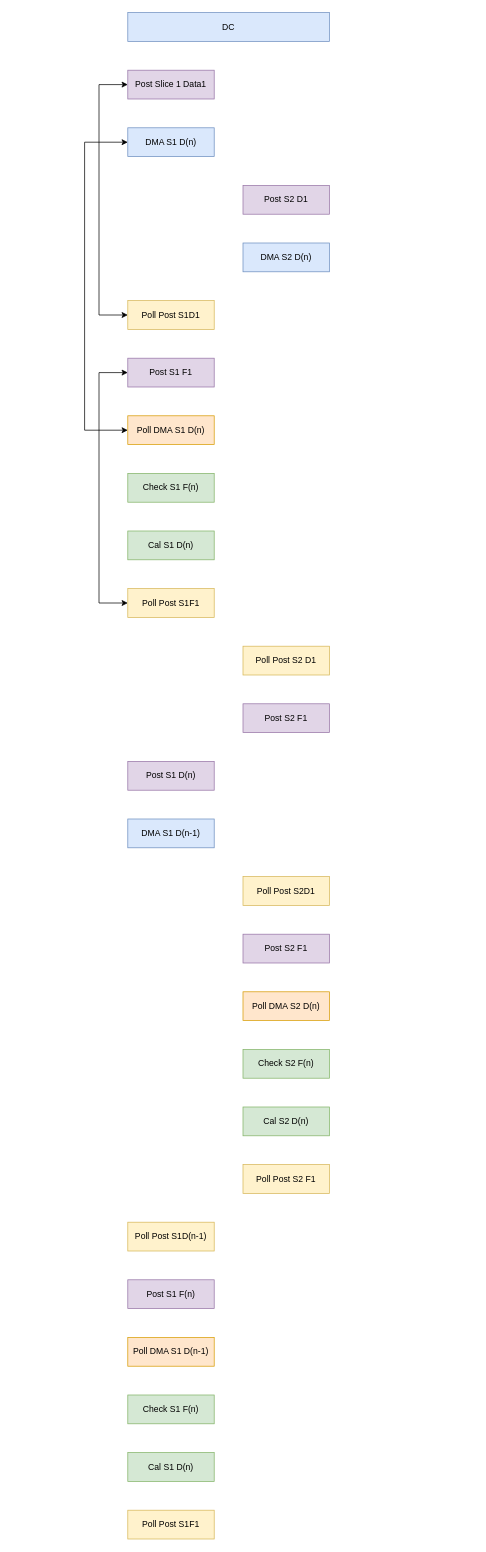
The draw.io diagram TC2LINK/DC_LINK_WorkFlow.drawio in BEYHHH/SBLP, before the edit. Source tidied: cells renumbered, new cells numbered last; positions are measured from the earlier drawing's top-left corner, leaving out a move shared by most shapes. Both pictures are drawn from the tidied source at 72%, with x=0, y=0 at pixel (84, 12).
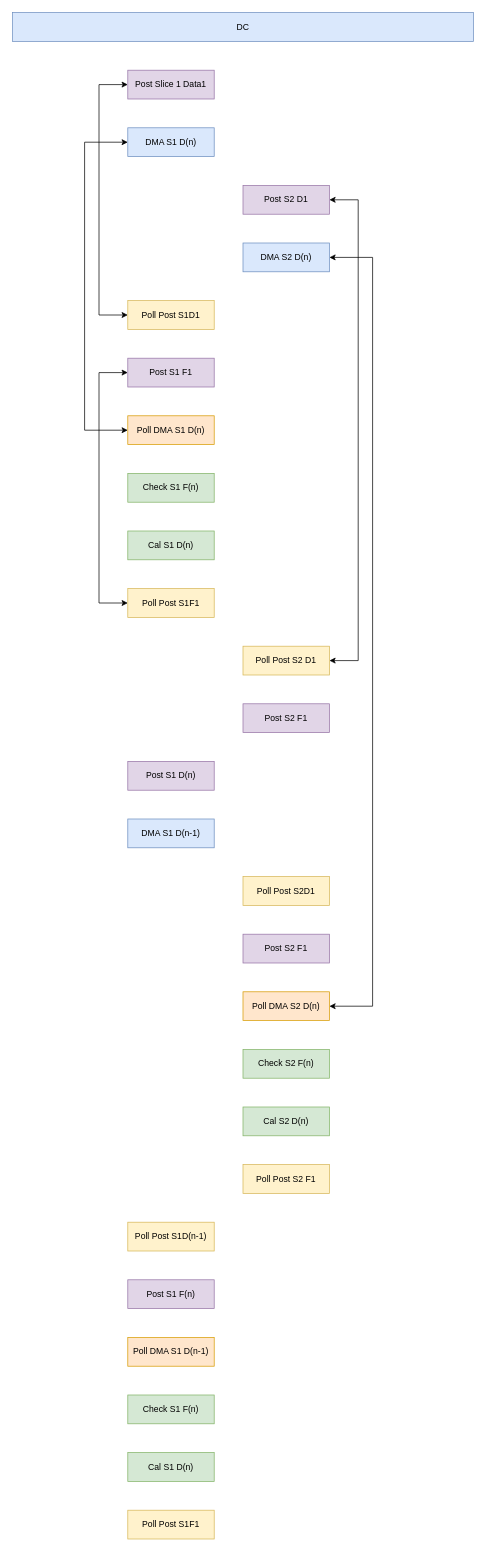
Above is the later version.

The change refers to these unchanged cells:
```xml
<mxCell id="6" value="Post S2 D1" style="rounded=0;whiteSpace=wrap;html=1;fillColor=#e1d5e7;strokeColor=#9673a6;" parent="1" vertex="1">
  <mxGeometry x="220" y="240" width="120" height="40" as="geometry" />
</mxCell>
<mxCell id="15" value="Poll Post S2 D1" style="rounded=0;whiteSpace=wrap;html=1;fillColor=#fff2cc;strokeColor=#d6b656;" parent="1" vertex="1">
  <mxGeometry x="220" y="880" width="120" height="40" as="geometry" />
</mxCell>
<mxCell id="19" value="Poll DMA S2 D(n)" style="rounded=0;whiteSpace=wrap;html=1;fillColor=#ffe6cc;strokeColor=#d79b00;" parent="1" vertex="1">
  <mxGeometry x="220" y="1360" width="120" height="40" as="geometry" />
</mxCell>
```

What changed in the source:
```diff
@@
     <mxCell id="2" value="DC" style="rounded=0;whiteSpace=wrap;html=1;fillColor=#dae8fc;strokeColor=#6c8ebf;" parent="1" vertex="1">
-      <mxGeometry x="60" width="280" height="40" as="geometry" />
+      <mxGeometry x="-100" width="640" height="40" as="geometry" />
     </mxCell>
@@
+    <mxCell id="32" style="endArrow=classic;startArrow=classic;html=1;rounded=0;entryX=1;entryY=0.5;entryDx=0;entryDy=0;exitX=1;exitY=0.5;exitDx=0;exitDy=0;" parent="1" edge="1" source="15" target="6">
+      <mxGeometry relative="1" as="geometry">
+        <Array as="points">
+          <mxPoint x="380" y="900" />
+          <mxPoint x="380" y="260" />
+        </Array>
+      </mxGeometry>
+    </mxCell>
+    <mxCell id="33" style="endArrow=classic;startArrow=classic;html=1;rounded=0;entryX=1;entryY=0.5;entryDx=0;entryDy=0;exitX=1;exitY=0.5;exitDx=0;exitDy=0;" parent="1" edge="1" source="19">
+      <mxGeometry relative="1" as="geometry">
+        <mxPoint x="340" y="340" as="targetPoint" />
+        <Array as="points">
+          <mxPoint x="400" y="1380" />
+          <mxPoint x="400" y="340" />
+        </Array>
+      </mxGeometry>
+    </mxCell>
```
